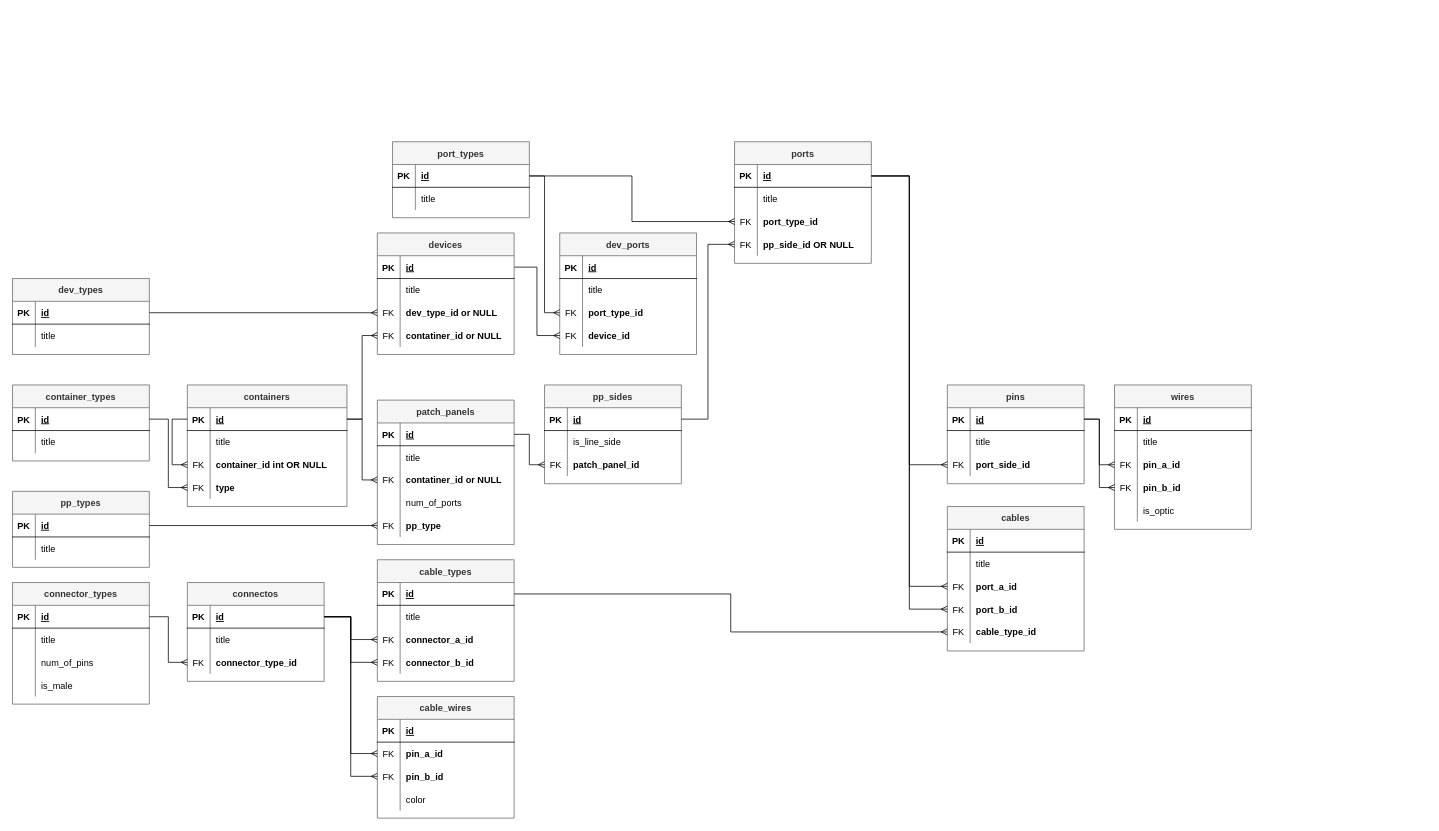
This is ToDo/Db-Structure.drawio from Zakharlik/CableSchedule, a draw.io file, before an edit. Source tidied: cells renumbered, new cells numbered last; positions are measured from the earlier drawing's top-left corner, leaving out a move shared by most shapes. Both pictures are drawn from the tidied source at 76%, with x=0, y=0 at pixel (12, 141).
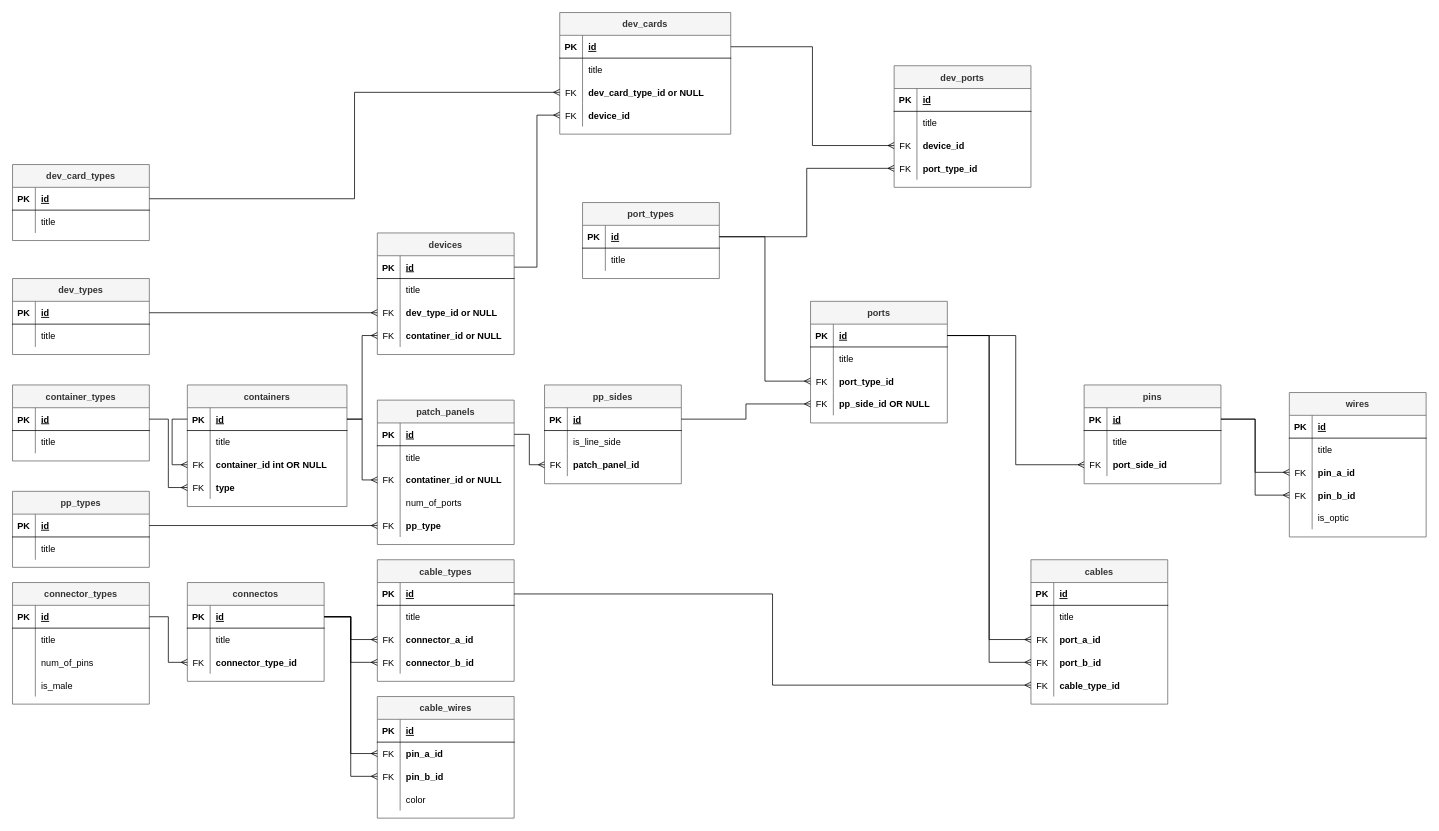
The same diagram, later.

Commit message (it also covers changes not shown here):
Add cards in devices

The change refers to these unchanged cells:
```xml
<mxCell id="177" style="shape=tableRow;horizontal=0;startSize=0;swimlaneHead=0;swimlaneBody=0;fillColor=none;points=[[0,0.5],[1,0.5]];portConstraint=eastwest;top=0;left=0;right=0;bottom=1;" parent="176" vertex="1">
  <mxGeometry y="30" width="180" height="30" as="geometry" />
</mxCell>
```

The edit, as a diff of the source:
```diff
@@
     <mxCell id="52" value="ports" style="shape=table;startSize=30;childLayout=tableLayout;rowLines=0;fontStyle=1;align=center;fillColor=#f5f5f5;strokeColor=#666666;fontColor=#333333;" parent="1" vertex="1">
-      <mxGeometry x="950" width="180" height="160" as="geometry" />
+      <mxGeometry x="1050" y="210" width="180" height="160" as="geometry" />
     </mxCell>
@@
     <mxCell id="66" value="pins" style="shape=table;startSize=30;childLayout=tableLayout;rowLines=0;fontStyle=1;align=center;fillColor=#f5f5f5;strokeColor=#666666;fontColor=#333333;" parent="1" vertex="1">
-      <mxGeometry x="1230" y="320" width="180" height="130" as="geometry" />
+      <mxGeometry x="1410" y="320" width="180" height="130" as="geometry" />
     </mxCell>
@@
     <mxCell id="77" value="cables" style="shape=table;startSize=30;childLayout=tableLayout;rowLines=0;fontStyle=1;align=center;fillColor=#f5f5f5;strokeColor=#666666;fontColor=#333333;" parent="1" vertex="1">
-      <mxGeometry x="1230" y="480" width="180" height="190" as="geometry" />
+      <mxGeometry x="1340" y="550" width="180" height="190" as="geometry" />
     </mxCell>
@@
     <mxCell id="124" value="wires" style="shape=table;startSize=30;childLayout=tableLayout;rowLines=0;fontStyle=1;align=center;fillColor=#f5f5f5;strokeColor=#666666;fontColor=#333333;" parent="1" vertex="1">
-      <mxGeometry x="1450" y="320" width="180" height="190" as="geometry" />
+      <mxGeometry x="1680" y="330" width="180" height="190" as="geometry" />
     </mxCell>
@@
     <mxCell id="198" value="dev_ports" style="shape=table;startSize=30;childLayout=tableLayout;rowLines=0;fontStyle=1;align=center;fillColor=#f5f5f5;strokeColor=#666666;fontColor=#333333;" parent="1" vertex="1">
-      <mxGeometry x="720" y="120" width="180" height="160" as="geometry" />
+      <mxGeometry x="1160" y="-100" width="180" height="160" as="geometry" />
     </mxCell>
@@
+    <mxCell id="208" style="shape=tableRow;horizontal=0;startSize=0;swimlaneHead=0;swimlaneBody=0;fillColor=none;points=[[0,0.5],[1,0.5]];portConstraint=eastwest;top=0;left=0;right=0;bottom=0;" parent="198" vertex="1">
+      <mxGeometry y="90" width="180" height="30" as="geometry" />
+    </mxCell>
+    <mxCell id="209" value="FK" style="shape=partialRectangle;fillColor=none;top=0;left=0;bottom=0;right=0;overflow=hidden;" parent="208" vertex="1">
+      <mxGeometry width="30" height="30" as="geometry" />
+    </mxCell>
+    <mxCell id="210" value="device_id" style="shape=partialRectangle;fillColor=none;top=0;left=0;bottom=0;right=0;align=left;spacingLeft=6;overflow=hidden;fontStyle=1;" parent="208" vertex="1">
+      <mxGeometry x="30" width="150" height="30" as="geometry" />
+    </mxCell>
     <mxCell id="205" style="shape=tableRow;horizontal=0;startSize=0;swimlaneHead=0;swimlaneBody=0;fillColor=none;points=[[0,0.5],[1,0.5]];portConstraint=eastwest;top=0;left=0;right=0;bottom=0;" parent="198" vertex="1">
-      <mxGeometry y="90" width="180" height="30" as="geometry" />
+      <mxGeometry y="120" width="180" height="30" as="geometry" />
     </mxCell>
@@
-    <mxCell id="208" style="shape=tableRow;horizontal=0;startSize=0;swimlaneHead=0;swimlaneBody=0;fillColor=none;points=[[0,0.5],[1,0.5]];portConstraint=eastwest;top=0;left=0;right=0;bottom=0;" parent="198" vertex="1">
-      <mxGeometry y="120" width="180" height="30" as="geometry" />
-    </mxCell>
-    <mxCell id="209" value="FK" style="shape=partialRectangle;fillColor=none;top=0;left=0;bottom=0;right=0;overflow=hidden;" parent="208" vertex="1">
-      <mxGeometry width="30" height="30" as="geometry" />
-    </mxCell>
-    <mxCell id="210" value="device_id" style="shape=partialRectangle;fillColor=none;top=0;left=0;bottom=0;right=0;align=left;spacingLeft=6;overflow=hidden;fontStyle=1;" parent="208" vertex="1">
-      <mxGeometry x="30" width="150" height="30" as="geometry" />
-    </mxCell>
-    <mxCell id="211" style="edgeStyle=orthogonalEdgeStyle;rounded=0;jettySize=auto;html=1;exitX=0;exitY=0.5;exitDx=0;exitDy=0;entryX=1;entryY=0.5;entryDx=0;entryDy=0;startArrow=ERmany;startFill=0;endArrow=none;endFill=0;" parent="1" edge="1" source="208" target="177">
-      <mxGeometry relative="1" as="geometry" />
-    </mxCell>
     <mxCell id="212" value="port_types" style="shape=table;startSize=30;childLayout=tableLayout;rowLines=0;fontStyle=1;align=center;fillColor=#f5f5f5;strokeColor=#666666;fontColor=#333333;" parent="1" vertex="1">
-      <mxGeometry x="500" width="180" height="100" as="geometry" />
+      <mxGeometry x="750" y="80" width="180" height="100" as="geometry" />
     </mxCell>
@@
+    <mxCell id="221" value="dev_cards" style="shape=table;startSize=30;childLayout=tableLayout;rowLines=0;fontStyle=1;align=center;fillColor=#f5f5f5;strokeColor=#666666;fontColor=#333333;" parent="1" vertex="1">
+      <mxGeometry x="720" y="-170" width="225" height="160" as="geometry" />
+    </mxCell>
+    <mxCell id="222" style="shape=tableRow;horizontal=0;startSize=0;swimlaneHead=0;swimlaneBody=0;fillColor=none;points=[[0,0.5],[1,0.5]];portConstraint=eastwest;top=0;left=0;right=0;bottom=1;" parent="221" vertex="1">
+      <mxGeometry y="30" width="225" height="30" as="geometry" />
+    </mxCell>
+    <mxCell id="223" value="PK" style="shape=partialRectangle;fillColor=none;top=0;left=0;bottom=0;right=0;fontStyle=1;overflow=hidden;" parent="222" vertex="1">
+      <mxGeometry width="30" height="30" as="geometry" />
+    </mxCell>
+    <mxCell id="224" value="id" style="shape=partialRectangle;fillColor=none;top=0;left=0;bottom=0;right=0;align=left;spacingLeft=6;fontStyle=5;overflow=hidden;" parent="222" vertex="1">
+      <mxGeometry x="30" width="195" height="30" as="geometry" />
+    </mxCell>
+    <mxCell id="225" style="shape=tableRow;horizontal=0;startSize=0;swimlaneHead=0;swimlaneBody=0;fillColor=none;top=0;left=0;right=0;bottom=0;" parent="221" vertex="1">
+      <mxGeometry y="60" width="225" height="30" as="geometry" />
+    </mxCell>
+    <mxCell id="226" style="shape=partialRectangle;fillColor=none;top=0;left=0;bottom=0;right=0;overflow=hidden;" parent="225" vertex="1">
+      <mxGeometry width="30" height="30" as="geometry" />
+    </mxCell>
+    <mxCell id="227" value="title" style="shape=partialRectangle;fillColor=none;top=0;left=0;bottom=0;right=0;align=left;spacingLeft=6;overflow=hidden;" parent="225" vertex="1">
+      <mxGeometry x="30" width="195" height="30" as="geometry" />
+    </mxCell>
+    <mxCell id="228" style="shape=tableRow;horizontal=0;startSize=0;swimlaneHead=0;swimlaneBody=0;fillColor=none;points=[[0,0.5],[1,0.5]];portConstraint=eastwest;top=0;left=0;right=0;bottom=0;" parent="221" vertex="1">
+      <mxGeometry y="90" width="225" height="30" as="geometry" />
+    </mxCell>
+    <mxCell id="229" value="FK" style="shape=partialRectangle;fillColor=none;top=0;left=0;bottom=0;right=0;overflow=hidden;" parent="228" vertex="1">
+      <mxGeometry width="30" height="30" as="geometry" />
+    </mxCell>
+    <mxCell id="230" value="dev_card_type_id or NULL" style="shape=partialRectangle;fillColor=none;top=0;left=0;bottom=0;right=0;align=left;spacingLeft=6;overflow=hidden;fontStyle=1;" parent="228" vertex="1">
+      <mxGeometry x="30" width="195" height="30" as="geometry" />
+    </mxCell>
+    <mxCell id="231" style="shape=tableRow;horizontal=0;startSize=0;swimlaneHead=0;swimlaneBody=0;fillColor=none;points=[[0,0.5],[1,0.5]];portConstraint=eastwest;top=0;left=0;right=0;bottom=0;" parent="221" vertex="1">
+      <mxGeometry y="120" width="225" height="30" as="geometry" />
+    </mxCell>
+    <mxCell id="232" value="FK" style="shape=partialRectangle;fillColor=none;top=0;left=0;bottom=0;right=0;overflow=hidden;" parent="231" vertex="1">
+      <mxGeometry width="30" height="30" as="geometry" />
+    </mxCell>
+    <mxCell id="233" value="device_id" style="shape=partialRectangle;fillColor=none;top=0;left=0;bottom=0;right=0;align=left;spacingLeft=6;overflow=hidden;fontStyle=1;" parent="231" vertex="1">
+      <mxGeometry x="30" width="195" height="30" as="geometry" />
+    </mxCell>
+    <mxCell id="234" value="dev_card_types" style="shape=table;startSize=30;childLayout=tableLayout;rowLines=0;fontStyle=1;align=center;fillColor=#f5f5f5;strokeColor=#666666;fontColor=#333333;" parent="1" vertex="1">
+      <mxGeometry y="30" width="180" height="100" as="geometry" />
+    </mxCell>
+    <mxCell id="235" style="shape=tableRow;horizontal=0;startSize=0;swimlaneHead=0;swimlaneBody=0;fillColor=none;points=[[0,0.5],[1,0.5]];portConstraint=eastwest;top=0;left=0;right=0;bottom=1;" parent="234" vertex="1">
+      <mxGeometry y="30" width="180" height="30" as="geometry" />
+    </mxCell>
+    <mxCell id="236" value="PK" style="shape=partialRectangle;fillColor=none;top=0;left=0;bottom=0;right=0;fontStyle=1;overflow=hidden;" parent="235" vertex="1">
+      <mxGeometry width="30" height="30" as="geometry" />
+    </mxCell>
+    <mxCell id="237" value="id" style="shape=partialRectangle;fillColor=none;top=0;left=0;bottom=0;right=0;align=left;spacingLeft=6;fontStyle=5;overflow=hidden;" parent="235" vertex="1">
+      <mxGeometry x="30" width="150" height="30" as="geometry" />
+    </mxCell>
+    <mxCell id="238" style="shape=tableRow;horizontal=0;startSize=0;swimlaneHead=0;swimlaneBody=0;fillColor=none;top=0;left=0;right=0;bottom=0;" parent="234" vertex="1">
+      <mxGeometry y="60" width="180" height="30" as="geometry" />
+    </mxCell>
+    <mxCell id="239" style="shape=partialRectangle;fillColor=none;top=0;left=0;bottom=0;right=0;overflow=hidden;" parent="238" vertex="1">
+      <mxGeometry width="30" height="30" as="geometry" />
+    </mxCell>
+    <mxCell id="240" value="title" style="shape=partialRectangle;fillColor=none;top=0;left=0;bottom=0;right=0;align=left;spacingLeft=6;overflow=hidden;" parent="238" vertex="1">
+      <mxGeometry x="30" width="150" height="30" as="geometry" />
+    </mxCell>
+    <mxCell id="241" style="edgeStyle=orthogonalEdgeStyle;rounded=0;jettySize=auto;html=1;exitX=0;exitY=0.5;exitDx=0;exitDy=0;entryX=1;entryY=0.5;entryDx=0;entryDy=0;endArrow=none;endFill=0;startArrow=ERmany;startFill=0;" parent="1" edge="1" source="228" target="235">
+      <mxGeometry relative="1" as="geometry" />
+    </mxCell>
+    <mxCell id="242" style="edgeStyle=orthogonalEdgeStyle;rounded=0;jettySize=auto;html=1;exitX=0;exitY=0.5;exitDx=0;exitDy=0;entryX=1;entryY=0.5;entryDx=0;entryDy=0;startArrow=ERmany;startFill=0;endArrow=none;endFill=0;" parent="1" edge="1" source="208" target="222">
+      <mxGeometry relative="1" as="geometry" />
+    </mxCell>
+    <mxCell id="243" style="edgeStyle=orthogonalEdgeStyle;rounded=0;jettySize=auto;html=1;exitX=0;exitY=0.5;exitDx=0;exitDy=0;entryX=1;entryY=0.5;entryDx=0;entryDy=0;startArrow=ERmany;startFill=0;endArrow=none;endFill=0;" parent="1" edge="1" source="231" target="177">
+      <mxGeometry relative="1" as="geometry" />
+    </mxCell>
```
